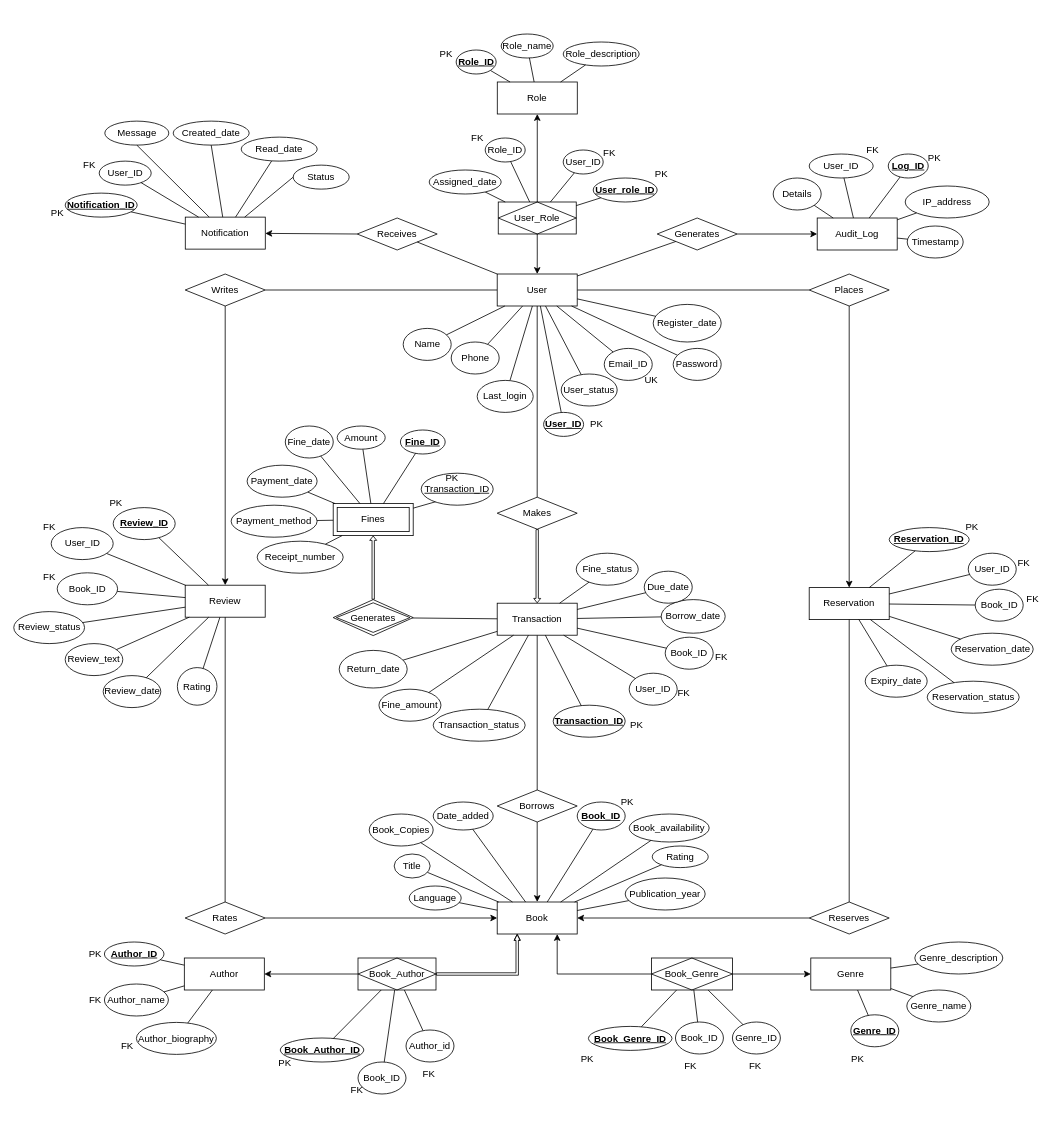
The draw.io diagram page "Azhar V2" (2 of 2) of ERD/OmniLibrary ER Diagram.drawio in azhar-ntu/in6205-database-sql, before the edit. Source tidied: cells renumbered, new cells numbered last; positions are measured from the earlier drawing's top-left corner, leaving out a move shared by most shapes. Both pictures are drawn from the tidied source at 80%, with x=0, y=0 at pixel (14, 34).
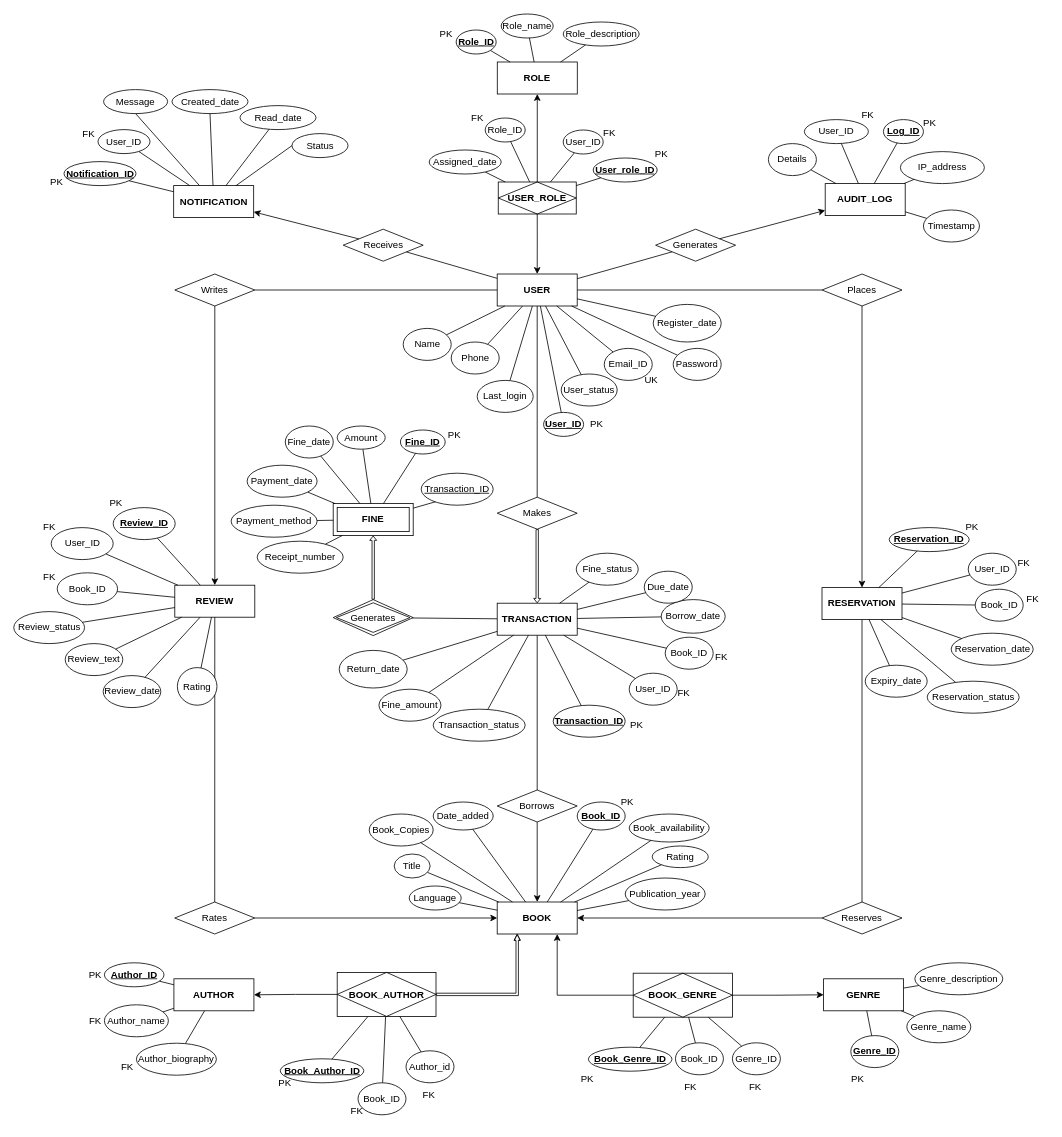
After the change.

What changed in the source:
```diff
@@
-    <mxCell id="2" value="Book" style="whiteSpace=wrap;html=1;align=center;" parent="1" vertex="1">
+    <mxCell id="2" value="BOOK" style="whiteSpace=wrap;html=1;align=center;fontStyle=1;" parent="1" vertex="1">
       <mxGeometry x="604" y="1085" width="100" height="40" as="geometry" />
     </mxCell>
@@
-    <mxCell id="5" value="Book_Genre" style="whiteSpace=wrap;html=1;align=center;shape=associativeEntity;" parent="1" vertex="1">
-      <mxGeometry x="796.8" y="1155" width="101.2" height="40" as="geometry" />
+    <mxCell id="5" value="BOOK_GENRE" style="whiteSpace=wrap;html=1;align=center;shape=associativeEntity;fontStyle=1;" parent="1" vertex="1">
+      <mxGeometry x="774" y="1174" width="124" height="55" as="geometry" />
     </mxCell>
-    <mxCell id="6" value="Genre" style="whiteSpace=wrap;html=1;align=center;" parent="1" vertex="1">
-      <mxGeometry x="996" y="1155" width="100" height="40" as="geometry" />
+    <mxCell id="6" value="GENRE" style="whiteSpace=wrap;html=1;align=center;fontStyle=1;" parent="1" vertex="1">
+      <mxGeometry x="1012" y="1181" width="100" height="40" as="geometry" />
     </mxCell>
-    <mxCell id="7" value="Author" style="whiteSpace=wrap;html=1;align=center;" parent="1" vertex="1">
-      <mxGeometry x="212.9" y="1155" width="100" height="40" as="geometry" />
+    <mxCell id="7" value="AUTHOR" style="whiteSpace=wrap;html=1;align=center;fontStyle=1;" parent="1" vertex="1">
+      <mxGeometry x="199.9" y="1181" width="100" height="40" as="geometry" />
     </mxCell>
@@
-    <mxCell id="10" value="Book_Author" style="shape=associativeEntity;whiteSpace=wrap;html=1;align=center;" parent="1" vertex="1">
-      <mxGeometry x="430" y="1155" width="97.5" height="40" as="geometry" />
+    <mxCell id="10" value="BOOK_AUTHOR" style="shape=associativeEntity;whiteSpace=wrap;html=1;align=center;fontStyle=1;" parent="1" vertex="1">
+      <mxGeometry x="404" y="1173" width="123.5" height="55" as="geometry" />
     </mxCell>
@@
-    <mxCell id="12" value="Transaction" style="whiteSpace=wrap;html=1;align=center;" parent="1" vertex="1">
+    <mxCell id="12" value="TRANSACTION" style="whiteSpace=wrap;html=1;align=center;fontStyle=1;" parent="1" vertex="1">
       <mxGeometry x="604" y="711.5" width="100" height="40" as="geometry" />
     </mxCell>
-    <mxCell id="13" value="Reservation" style="whiteSpace=wrap;html=1;align=center;" parent="1" vertex="1">
-      <mxGeometry x="994" y="692" width="100" height="40" as="geometry" />
+    <mxCell id="13" value="RESERVATION" style="whiteSpace=wrap;html=1;align=center;fontStyle=1;" parent="1" vertex="1">
+      <mxGeometry x="1010" y="692" width="100" height="40" as="geometry" />
     </mxCell>
-    <mxCell id="14" value="Review" style="whiteSpace=wrap;html=1;align=center;" parent="1" vertex="1">
-      <mxGeometry x="214" y="689" width="100" height="40" as="geometry" />
+    <mxCell id="14" value="REVIEW" style="whiteSpace=wrap;html=1;align=center;fontStyle=1;" parent="1" vertex="1">
+      <mxGeometry x="201" y="689" width="100" height="40" as="geometry" />
     </mxCell>
@@
-    <mxCell id="18" value="User" style="whiteSpace=wrap;html=1;align=center;" parent="1" vertex="1">
+    <mxCell id="18" value="USER" style="whiteSpace=wrap;html=1;align=center;fontStyle=1;" parent="1" vertex="1">
       <mxGeometry x="604" y="300" width="100" height="40" as="geometry" />
     </mxCell>
@@
-    <mxCell id="21" value="User_Role" style="shape=associativeEntity;whiteSpace=wrap;html=1;align=center;" parent="1" vertex="1">
-      <mxGeometry x="605.3" y="210" width="97.5" height="40" as="geometry" />
+    <mxCell id="21" value="USER_ROLE" style="shape=associativeEntity;whiteSpace=wrap;html=1;align=center;fontStyle=1;" parent="1" vertex="1">
+      <mxGeometry x="605.3" y="185" width="97.5" height="40" as="geometry" />
     </mxCell>
-    <mxCell id="22" value="Role" style="whiteSpace=wrap;html=1;align=center;" parent="1" vertex="1">
-      <mxGeometry x="604.1" y="60" width="100" height="40" as="geometry" />
+    <mxCell id="22" value="ROLE" style="whiteSpace=wrap;html=1;align=center;fontStyle=1;" parent="1" vertex="1">
+      <mxGeometry x="604.1" y="35" width="100" height="40" as="geometry" />
     </mxCell>
-    <mxCell id="23" value="Notification" style="whiteSpace=wrap;html=1;align=center;" parent="1" vertex="1">
-      <mxGeometry x="214.1" y="228.9" width="100" height="40" as="geometry" />
+    <mxCell id="23" value="NOTIFICATION" style="whiteSpace=wrap;html=1;align=center;fontStyle=1;" parent="1" vertex="1">
+      <mxGeometry x="199.6" y="189.5" width="100" height="40" as="geometry" />
     </mxCell>
-    <mxCell id="24" value="Audit_Log" style="whiteSpace=wrap;html=1;align=center;" parent="1" vertex="1">
-      <mxGeometry x="1004" y="230" width="100" height="40" as="geometry" />
+    <mxCell id="24" value="AUDIT_LOG" style="whiteSpace=wrap;html=1;align=center;fontStyle=1;" parent="1" vertex="1">
+      <mxGeometry x="1014" y="187" width="100" height="40" as="geometry" />
     </mxCell>
@@
     <mxCell id="30" value="Places" style="shape=rhombus;perimeter=rhombusPerimeter;whiteSpace=wrap;html=1;align=center;" parent="1" vertex="1">
-      <mxGeometry x="994" y="300" width="100" height="40" as="geometry" />
+      <mxGeometry x="1010" y="300" width="100" height="40" as="geometry" />
     </mxCell>
     <mxCell id="31" value="Generates" style="shape=rhombus;perimeter=rhombusPerimeter;whiteSpace=wrap;html=1;align=center;" parent="1" vertex="1">
-      <mxGeometry x="804" y="230" width="100" height="40" as="geometry" />
+      <mxGeometry x="802" y="244" width="100" height="40" as="geometry" />
     </mxCell>
     <mxCell id="32" value="Receives" style="shape=rhombus;perimeter=rhombusPerimeter;whiteSpace=wrap;html=1;align=center;" parent="1" vertex="1">
-      <mxGeometry x="429" y="230" width="100" height="40" as="geometry" />
+      <mxGeometry x="411.5" y="244" width="100" height="40" as="geometry" />
     </mxCell>
@@
-    <mxCell id="34" style="rounded=0;jettySize=auto;html=1;exitX=0;exitY=0.5;exitDx=0;exitDy=0;" parent="1" edge="1" source="32" target="23">
+    <mxCell id="34" style="rounded=0;jettySize=auto;html=1;" parent="1" edge="1" source="32" target="23">
       <mxGeometry relative="1" as="geometry" />
     </mxCell>
     <mxCell id="35" value="Reserves" style="shape=rhombus;perimeter=rhombusPerimeter;whiteSpace=wrap;html=1;align=center;" parent="1" vertex="1">
-      <mxGeometry x="994" y="1085" width="100" height="40" as="geometry" />
+      <mxGeometry x="1010" y="1085" width="100" height="40" as="geometry" />
     </mxCell>
@@
-    <mxCell id="39" value="Fines" style="shape=ext;margin=3;double=1;whiteSpace=wrap;html=1;align=center;" parent="1" vertex="1">
+    <mxCell id="39" value="FINE" style="shape=ext;margin=3;double=1;whiteSpace=wrap;html=1;align=center;fontStyle=1;" parent="1" vertex="1">
       <mxGeometry x="399" y="587" width="100" height="40" as="geometry" />
     </mxCell>
@@
     <mxCell id="42" value="Writes" style="shape=rhombus;perimeter=rhombusPerimeter;whiteSpace=wrap;html=1;align=center;" parent="1" vertex="1">
-      <mxGeometry x="214" y="300" width="100" height="40" as="geometry" />
+      <mxGeometry x="201" y="300" width="100" height="40" as="geometry" />
     </mxCell>
@@
     <mxCell id="44" value="Rates" style="shape=rhombus;perimeter=rhombusPerimeter;whiteSpace=wrap;html=1;align=center;" parent="1" vertex="1">
-      <mxGeometry x="213.9" y="1085" width="100" height="40" as="geometry" />
+      <mxGeometry x="200.9" y="1085" width="100" height="40" as="geometry" />
     </mxCell>
@@
     <mxCell id="49" value="&lt;u&gt;Genre_ID&lt;/u&gt;" style="ellipse;whiteSpace=wrap;html=1;fontStyle=1;" parent="1" vertex="1">
-      <mxGeometry x="1046" y="1226" width="60" height="40" as="geometry" />
+      <mxGeometry x="1046" y="1252" width="60" height="40" as="geometry" />
     </mxCell>
     <mxCell id="50" value="PK&amp;nbsp;" style="text;html=1;align=center;verticalAlign=middle;strokeColor=none;fillColor=none;" parent="1" vertex="1">
-      <mxGeometry x="1036" y="1266" width="40" height="30" as="geometry" />
+      <mxGeometry x="1036" y="1292" width="40" height="30" as="geometry" />
     </mxCell>
     <mxCell id="51" value="Genre_name" style="ellipse;whiteSpace=wrap;html=1;" parent="1" vertex="1">
-      <mxGeometry x="1116" y="1195" width="80" height="40" as="geometry" />
+      <mxGeometry x="1116" y="1221" width="80" height="40" as="geometry" />
     </mxCell>
     <mxCell id="52" value="Genre_description" style="ellipse;whiteSpace=wrap;html=1;" parent="1" vertex="1">
-      <mxGeometry x="1126" y="1135" width="110" height="40" as="geometry" />
+      <mxGeometry x="1126" y="1161" width="110" height="40" as="geometry" />
     </mxCell>
@@
     <mxCell id="57" value="&lt;u&gt;Book_Genre_ID&lt;/u&gt;" style="ellipse;whiteSpace=wrap;html=1;fontStyle=1;" parent="1" vertex="1">
-      <mxGeometry x="718" y="1240.5" width="104.5" height="30" as="geometry" />
+      <mxGeometry x="718" y="1266.5" width="104.5" height="30" as="geometry" />
     </mxCell>
@@
     <mxCell id="59" value="Book_ID" style="ellipse;whiteSpace=wrap;html=1;" parent="1" vertex="1">
-      <mxGeometry x="826.8" y="1235" width="60" height="40" as="geometry" />
+      <mxGeometry x="826.8" y="1261" width="60" height="40" as="geometry" />
     </mxCell>
     <mxCell id="60" value="Genre_ID" style="ellipse;whiteSpace=wrap;html=1;" parent="1" vertex="1">
-      <mxGeometry x="898" y="1235" width="60" height="40" as="geometry" />
+      <mxGeometry x="898" y="1261" width="60" height="40" as="geometry" />
     </mxCell>
     <mxCell id="61" value="PK&amp;nbsp;" style="text;html=1;align=center;verticalAlign=middle;strokeColor=none;fillColor=none;" parent="1" vertex="1">
-      <mxGeometry x="698" y="1266" width="40" height="30" as="geometry" />
+      <mxGeometry x="698" y="1292" width="40" height="30" as="geometry" />
     </mxCell>
     <mxCell id="62" value="FK&amp;nbsp;" style="text;html=1;align=center;verticalAlign=middle;strokeColor=none;fillColor=none;" parent="1" vertex="1">
-      <mxGeometry x="826.8" y="1275" width="40" height="30" as="geometry" />
+      <mxGeometry x="826.8" y="1301" width="40" height="30" as="geometry" />
     </mxCell>
     <mxCell id="63" value="FK&amp;nbsp;" style="text;html=1;align=center;verticalAlign=middle;strokeColor=none;fillColor=none;" parent="1" vertex="1">
-      <mxGeometry x="908" y="1275" width="40" height="30" as="geometry" />
+      <mxGeometry x="908" y="1301" width="40" height="30" as="geometry" />
     </mxCell>
@@
     <mxCell id="65" value="&lt;u&gt;Book_Author_ID&lt;/u&gt;" style="ellipse;whiteSpace=wrap;html=1;fontStyle=1;" parent="1" vertex="1">
-      <mxGeometry x="332.8" y="1255" width="104.5" height="30" as="geometry" />
+      <mxGeometry x="332.8" y="1281" width="104.5" height="30" as="geometry" />
     </mxCell>
     <mxCell id="66" value="PK&amp;nbsp;" style="text;html=1;align=center;verticalAlign=middle;strokeColor=none;fillColor=none;" parent="1" vertex="1">
-      <mxGeometry x="319.9" y="1270.5" width="40" height="30" as="geometry" />
+      <mxGeometry x="319.9" y="1296.5" width="40" height="30" as="geometry" />
     </mxCell>
@@
     <mxCell id="69" value="Book_ID" style="ellipse;whiteSpace=wrap;html=1;" parent="1" vertex="1">
-      <mxGeometry x="430" y="1285" width="60" height="40" as="geometry" />
+      <mxGeometry x="430" y="1311" width="60" height="40" as="geometry" />
     </mxCell>
     <mxCell id="70" value="FK&amp;nbsp;" style="text;html=1;align=center;verticalAlign=middle;strokeColor=none;fillColor=none;" parent="1" vertex="1">
-      <mxGeometry x="410" y="1305" width="40" height="30" as="geometry" />
+      <mxGeometry x="410" y="1331" width="40" height="30" as="geometry" />
     </mxCell>
@@
     <mxCell id="72" value="Author_id" style="ellipse;whiteSpace=wrap;html=1;" parent="1" vertex="1">
-      <mxGeometry x="490" y="1245" width="60" height="40" as="geometry" />
+      <mxGeometry x="490" y="1271" width="60" height="40" as="geometry" />
     </mxCell>
     <mxCell id="73" value="FK&amp;nbsp;" style="text;html=1;align=center;verticalAlign=middle;strokeColor=none;fillColor=none;" parent="1" vertex="1">
-      <mxGeometry x="500" y="1285" width="40" height="30" as="geometry" />
+      <mxGeometry x="500" y="1311" width="40" height="30" as="geometry" />
     </mxCell>
     <mxCell id="74" value="&lt;u&gt;Author_ID&lt;/u&gt;" style="ellipse;whiteSpace=wrap;html=1;fontStyle=1;" parent="1" vertex="1">
-      <mxGeometry x="113" y="1135" width="74.5" height="30" as="geometry" />
+      <mxGeometry x="113" y="1161" width="74.5" height="30" as="geometry" />
     </mxCell>
     <mxCell id="75" value="PK&amp;nbsp;" style="text;html=1;align=center;verticalAlign=middle;strokeColor=none;fillColor=none;" parent="1" vertex="1">
-      <mxGeometry x="83" y="1135" width="40" height="30" as="geometry" />
+      <mxGeometry x="83" y="1161" width="40" height="30" as="geometry" />
     </mxCell>
@@
     <mxCell id="78" value="Author_name" style="ellipse;whiteSpace=wrap;html=1;" parent="1" vertex="1">
-      <mxGeometry x="113" y="1187.5" width="80" height="40" as="geometry" />
+      <mxGeometry x="113" y="1213.5" width="80" height="40" as="geometry" />
     </mxCell>
     <mxCell id="79" value="FK&amp;nbsp;" style="text;html=1;align=center;verticalAlign=middle;strokeColor=none;fillColor=none;" parent="1" vertex="1">
-      <mxGeometry x="83" y="1192.5" width="40" height="30" as="geometry" />
+      <mxGeometry x="83" y="1218.5" width="40" height="30" as="geometry" />
     </mxCell>
@@
     <mxCell id="81" value="Author_biography" style="ellipse;whiteSpace=wrap;html=1;" parent="1" vertex="1">
-      <mxGeometry x="153" y="1235.5" width="100" height="40" as="geometry" />
+      <mxGeometry x="153" y="1261.5" width="100" height="40" as="geometry" />
     </mxCell>
     <mxCell id="82" value="FK&amp;nbsp;" style="text;html=1;align=center;verticalAlign=middle;strokeColor=none;fillColor=none;" parent="1" vertex="1">
-      <mxGeometry x="123" y="1250" width="40" height="30" as="geometry" />
+      <mxGeometry x="123" y="1276" width="40" height="30" as="geometry" />
     </mxCell>
@@
     <mxCell id="154" value="&lt;u&gt;Role_ID&lt;/u&gt;" style="ellipse;whiteSpace=wrap;html=1;fontStyle=1;" parent="1" vertex="1">
-      <mxGeometry x="552.7" y="20" width="50" height="30" as="geometry" />
+      <mxGeometry x="552.7" y="-5" width="50" height="30" as="geometry" />
     </mxCell>
     <mxCell id="155" value="PK" style="text;html=1;align=center;verticalAlign=middle;strokeColor=none;fillColor=none;" parent="1" vertex="1">
-      <mxGeometry x="520.3" y="10" width="40" height="30" as="geometry" />
+      <mxGeometry x="520.3" y="-15" width="40" height="30" as="geometry" />
     </mxCell>
     <mxCell id="156" value="Role_name" style="ellipse;whiteSpace=wrap;html=1;" parent="1" vertex="1">
-      <mxGeometry x="609" width="65" height="30" as="geometry" />
+      <mxGeometry x="609" y="-25" width="65" height="30" as="geometry" />
     </mxCell>
@@
     <mxCell id="158" value="Role_description" style="ellipse;whiteSpace=wrap;html=1;" parent="1" vertex="1">
-      <mxGeometry x="686.5" y="10" width="95" height="30" as="geometry" />
+      <mxGeometry x="686.5" y="-15" width="95" height="30" as="geometry" />
     </mxCell>
@@
     <mxCell id="160" value="&lt;u&gt;Log_ID&lt;/u&gt;" style="ellipse;whiteSpace=wrap;html=1;fontStyle=1;" parent="1" vertex="1">
-      <mxGeometry x="1092.8" y="150" width="50" height="30" as="geometry" />
+      <mxGeometry x="1086.8" y="107" width="50" height="30" as="geometry" />
     </mxCell>
     <mxCell id="161" value="PK&amp;nbsp;" style="text;html=1;align=center;verticalAlign=middle;strokeColor=none;fillColor=none;" parent="1" vertex="1">
-      <mxGeometry x="1131.5" y="140" width="40" height="30" as="geometry" />
+      <mxGeometry x="1125.5" y="97" width="40" height="30" as="geometry" />
     </mxCell>
     <mxCell id="162" value="Details" style="ellipse;whiteSpace=wrap;html=1;" parent="1" vertex="1">
-      <mxGeometry x="949" y="180" width="60" height="40" as="geometry" />
+      <mxGeometry x="943" y="137" width="60" height="40" as="geometry" />
     </mxCell>
     <mxCell id="163" value="User_ID" style="ellipse;whiteSpace=wrap;html=1;" parent="1" vertex="1">
-      <mxGeometry x="994" y="150" width="80" height="30" as="geometry" />
+      <mxGeometry x="988" y="107" width="80" height="30" as="geometry" />
     </mxCell>
     <mxCell id="164" value="Timestamp" style="ellipse;whiteSpace=wrap;html=1;" parent="1" vertex="1">
-      <mxGeometry x="1116.5" y="240" width="70" height="40" as="geometry" />
+      <mxGeometry x="1136.8" y="220" width="70" height="40" as="geometry" />
     </mxCell>
     <mxCell id="165" value="IP_address" style="ellipse;whiteSpace=wrap;html=1;" parent="1" vertex="1">
-      <mxGeometry x="1114" y="190" width="105" height="40" as="geometry" />
+      <mxGeometry x="1108" y="147" width="105" height="40" as="geometry" />
     </mxCell>
     <mxCell id="166" value="FK" style="text;html=1;align=center;verticalAlign=middle;strokeColor=none;fillColor=none;" parent="1" vertex="1">
-      <mxGeometry x="1052.8" y="130" width="40" height="30" as="geometry" />
+      <mxGeometry x="1046.8" y="87" width="40" height="30" as="geometry" />
     </mxCell>
@@
     <mxCell id="173" value="&lt;u&gt;Notification_ID&lt;/u&gt;" style="ellipse;whiteSpace=wrap;html=1;fontStyle=1;" parent="1" vertex="1">
-      <mxGeometry x="64" y="198.9" width="90" height="30" as="geometry" />
+      <mxGeometry x="62.5" y="159.5" width="90" height="30" as="geometry" />
     </mxCell>
     <mxCell id="174" value="PK" style="text;html=1;align=center;verticalAlign=middle;strokeColor=none;fillColor=none;" parent="1" vertex="1">
-      <mxGeometry x="34" y="208.9" width="40" height="30" as="geometry" />
+      <mxGeometry x="32.5" y="169.5" width="40" height="30" as="geometry" />
     </mxCell>
     <mxCell id="175" value="User_ID" style="ellipse;whiteSpace=wrap;html=1;" parent="1" vertex="1">
-      <mxGeometry x="106.5" y="158.9" width="65" height="30" as="geometry" />
+      <mxGeometry x="105" y="119.5" width="65" height="30" as="geometry" />
     </mxCell>
@@
     <mxCell id="177" value="Message" style="ellipse;whiteSpace=wrap;html=1;" parent="1" vertex="1">
-      <mxGeometry x="113.5" y="108.9" width="80" height="30" as="geometry" />
+      <mxGeometry x="112" y="69.5" width="80" height="30" as="geometry" />
     </mxCell>
@@
     <mxCell id="179" value="FK" style="text;html=1;align=center;verticalAlign=middle;strokeColor=none;fillColor=none;" parent="1" vertex="1">
-      <mxGeometry x="74" y="148.9" width="40" height="30" as="geometry" />
+      <mxGeometry x="72.5" y="109.5" width="40" height="30" as="geometry" />
     </mxCell>
     <mxCell id="180" value="Created_date" style="ellipse;whiteSpace=wrap;html=1;" parent="1" vertex="1">
-      <mxGeometry x="199" y="108.9" width="95" height="30" as="geometry" />
+      <mxGeometry x="197.5" y="69.5" width="95" height="30" as="geometry" />
     </mxCell>
@@
     <mxCell id="182" value="Read_date" style="ellipse;whiteSpace=wrap;html=1;" parent="1" vertex="1">
-      <mxGeometry x="284" y="128.9" width="95" height="30" as="geometry" />
+      <mxGeometry x="282.5" y="89.5" width="95" height="30" as="geometry" />
     </mxCell>
@@
     <mxCell id="184" value="Status" style="ellipse;whiteSpace=wrap;html=1;" parent="1" vertex="1">
-      <mxGeometry x="349" y="163.9" width="70" height="30" as="geometry" />
+      <mxGeometry x="347.5" y="124.5" width="70" height="30" as="geometry" />
     </mxCell>
@@
     <mxCell id="186" value="FK" style="text;html=1;align=center;verticalAlign=middle;strokeColor=none;fillColor=none;" parent="1" vertex="1">
-      <mxGeometry x="559" y="115" width="40" height="30" as="geometry" />
+      <mxGeometry x="559" y="90" width="40" height="30" as="geometry" />
     </mxCell>
@@
     <mxCell id="188" value="Assigned_date" style="ellipse;whiteSpace=wrap;html=1;" parent="1" vertex="1">
-      <mxGeometry x="519" y="170" width="90" height="30" as="geometry" />
+      <mxGeometry x="519" y="145" width="90" height="30" as="geometry" />
     </mxCell>
@@
     <mxCell id="190" value="User_ID" style="ellipse;whiteSpace=wrap;html=1;" parent="1" vertex="1">
-      <mxGeometry x="686.5" y="145" width="50" height="30" as="geometry" />
+      <mxGeometry x="686.5" y="120" width="50" height="30" as="geometry" />
     </mxCell>
     <mxCell id="191" value="FK" style="text;html=1;align=center;verticalAlign=middle;strokeColor=none;fillColor=none;" parent="1" vertex="1">
-      <mxGeometry x="724" y="133.9" width="40" height="30" as="geometry" />
+      <mxGeometry x="724" y="108.9" width="40" height="30" as="geometry" />
     </mxCell>
@@
     <mxCell id="193" value="&lt;u&gt;User_role_ID&lt;/u&gt;" style="ellipse;whiteSpace=wrap;html=1;fontStyle=1;" parent="1" vertex="1">
-      <mxGeometry x="724" y="180" width="80" height="30" as="geometry" />
+      <mxGeometry x="724" y="155" width="80" height="30" as="geometry" />
     </mxCell>
     <mxCell id="194" value="PK" style="text;html=1;align=center;verticalAlign=middle;strokeColor=none;fillColor=none;" parent="1" vertex="1">
-      <mxGeometry x="789" y="160" width="40" height="30" as="geometry" />
+      <mxGeometry x="789" y="135" width="40" height="30" as="geometry" />
     </mxCell>
@@
     <mxCell id="196" value="Role_ID" style="ellipse;whiteSpace=wrap;html=1;" parent="1" vertex="1">
-      <mxGeometry x="589" y="130" width="50" height="30" as="geometry" />
+      <mxGeometry x="589" y="105" width="50" height="30" as="geometry" />
     </mxCell>
@@
     <mxCell id="200" value="PK&amp;nbsp;" style="text;html=1;align=center;verticalAlign=middle;strokeColor=none;fillColor=none;" parent="1" vertex="1">
-      <mxGeometry x="529" y="540" width="40" height="30" as="geometry" />
+      <mxGeometry x="532" y="486" width="40" height="30" as="geometry" />
     </mxCell>
```
